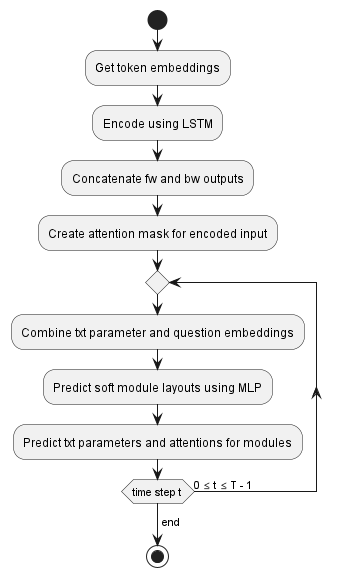
Earlier version of the PlantUML export writeup/content/chapters/methodology/model_adaptation/figures/controller-layout-base-snmn.png (zachary-cauchi/dissertation).
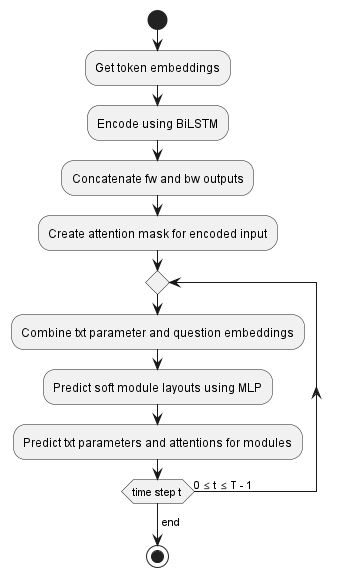
Later version of the same file.

Change to the diagram source:
```diff
@@ -1,7 +1,7 @@
 @startuml
 start
 :Get token embeddings;
-:Encode using LSTM;
+:Encode using BiLSTM;
 :Concatenate fw and bw outputs;
 :Create attention mask for encoded input;
 repeat
```
